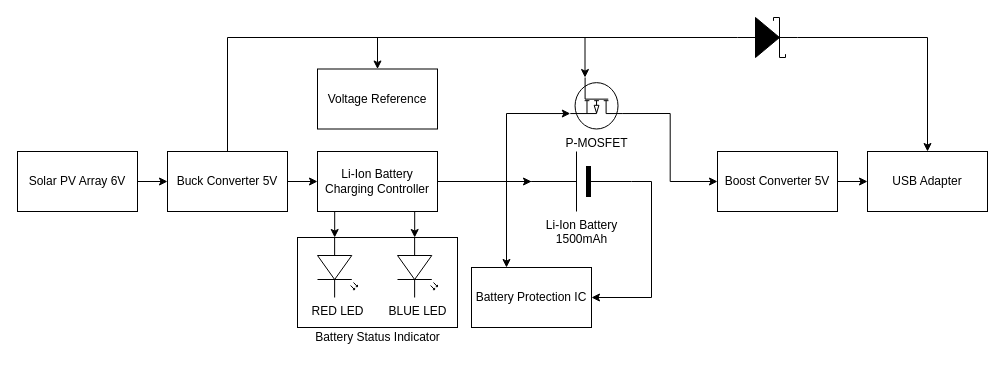
Earlier version of the draw.io diagram docs/block_diagram.drawio (jamestansx/solar_battery_charger). Source tidied: cells renumbered, new cells numbered last; positions are measured from the earlier drawing's top-left corner, leaving out a move shared by most shapes. Both pictures are drawn from the tidied source at 100%, with x=0, y=0 at pixel (17, 17).
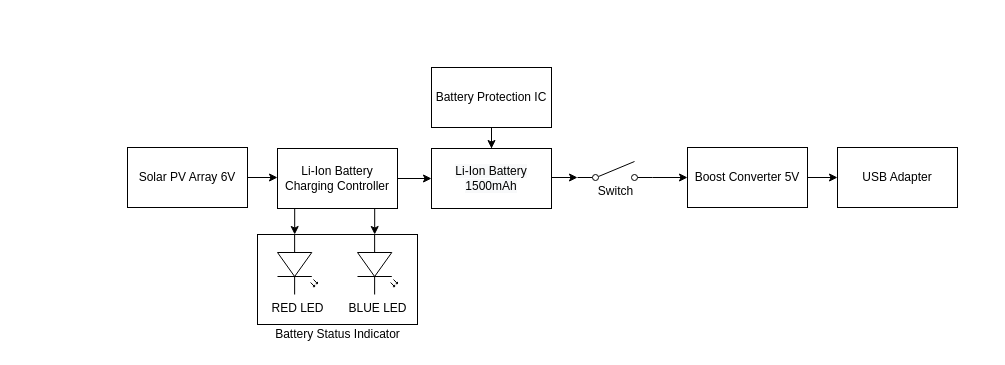
Above is the later version.

Commit message:
Update Block diagram

Change to the diagram source:
```diff
@@
     <mxCell id="2" style="rounded=0;whiteSpace=wrap;html=1;" parent="1" vertex="1">
-      <mxGeometry x="280" y="220" width="160" height="90" as="geometry" />
+      <mxGeometry x="240" y="217" width="160" height="90" as="geometry" />
     </mxCell>
-    <mxCell id="3" style="edgeStyle=orthogonalEdgeStyle;rounded=0;jettySize=auto;html=1;exitX=1;exitY=0.5;exitDx=0;exitDy=0;" parent="1" edge="1" source="6" target="8">
-      <mxGeometry relative="1" as="geometry" />
+    <mxCell id="3" style="edgeStyle=orthogonalEdgeStyle;rounded=0;jettySize=auto;html=1;exitX=1;exitY=0.5;exitDx=0;exitDy=0;" parent="1" edge="1" source="6">
+      <mxGeometry relative="1" as="geometry">
+        <mxPoint x="260" y="160" as="targetPoint" />
+      </mxGeometry>
     </mxCell>
-    <mxCell id="4" style="edgeStyle=orthogonalEdgeStyle;rounded=0;jettySize=auto;html=1;entryX=0;entryY=0.72;entryDx=0;entryDy=0;entryPerimeter=0;exitX=0.5;exitY=0;exitDx=0;exitDy=0;" parent="1" edge="1" source="8" target="14">
-      <mxGeometry relative="1" as="geometry">
-        <Array as="points">
-          <mxPoint x="210" y="20" />
-          <mxPoint x="568" y="20" />
-        </Array>
-      </mxGeometry>
-    </mxCell>
-    <mxCell id="5" style="edgeStyle=orthogonalEdgeStyle;rounded=0;jettySize=auto;html=1;exitX=0;exitY=0.5;exitDx=0;exitDy=0;entryX=0.5;entryY=0;entryDx=0;entryDy=0;exitPerimeter=0;" parent="1" edge="1" source="27" target="25">
-      <mxGeometry relative="1" as="geometry">
-        <Array as="points">
-          <mxPoint x="360" y="20" />
-        </Array>
-      </mxGeometry>
-    </mxCell>
     <mxCell id="6" value="Solar PV Array 6V" style="rounded=0;whiteSpace=wrap;html=1;" parent="1" vertex="1">
-      <mxGeometry y="134" width="120" height="60" as="geometry" />
+      <mxGeometry x="110" y="130" width="120" height="60" as="geometry" />
     </mxCell>
-    <mxCell id="7" style="edgeStyle=orthogonalEdgeStyle;rounded=0;jettySize=auto;html=1;exitX=1;exitY=0.5;exitDx=0;exitDy=0;entryX=0;entryY=0.5;entryDx=0;entryDy=0;" parent="1" edge="1" source="8" target="12">
-      <mxGeometry relative="1" as="geometry" />
-    </mxCell>
-    <mxCell id="8" value="Buck Converter 5V" style="rounded=0;whiteSpace=wrap;html=1;" parent="1" vertex="1">
-      <mxGeometry x="150" y="134" width="120" height="60" as="geometry" />
-    </mxCell>
@@
-    <mxCell id="11" style="edgeStyle=orthogonalEdgeStyle;rounded=0;jettySize=auto;html=1;exitX=1;exitY=0.5;exitDx=0;exitDy=0;entryX=1;entryY=0.5;entryDx=0;entryDy=0;entryPerimeter=0;" parent="1" edge="1" source="12" target="19">
+    <mxCell id="11" style="edgeStyle=orthogonalEdgeStyle;rounded=0;jettySize=auto;html=1;entryX=0;entryY=0.5;entryDx=0;entryDy=0;" parent="1" edge="1" source="12" target="19">
       <mxGeometry relative="1" as="geometry" />
     </mxCell>
     <mxCell id="12" value="Li-Ion Battery Charging Controller" style="rounded=0;whiteSpace=wrap;html=1;" parent="1" vertex="1">
-      <mxGeometry x="300" y="134" width="120" height="60" as="geometry" />
+      <mxGeometry x="260" y="131" width="120" height="60" as="geometry" />
     </mxCell>
-    <mxCell id="13" style="edgeStyle=orthogonalEdgeStyle;rounded=0;jettySize=auto;html=1;exitX=0.7;exitY=0;exitDx=0;exitDy=0;exitPerimeter=0;entryX=0;entryY=0.5;entryDx=0;entryDy=0;" parent="1" edge="1" source="14" target="21">
-      <mxGeometry relative="1" as="geometry" />
-    </mxCell>
-    <mxCell id="14" value="P-MOSFET" style="verticalLabelPosition=bottom;shadow=0;dashed=0;align=center;html=1;verticalAlign=top;shape=mxgraph.electrical.mosfets1.mosfet_ic_p;direction=south;" parent="1" vertex="1">
-      <mxGeometry x="552.8" y="60" width="52.5" height="51.5" as="geometry" />
-    </mxCell>
+    <mxCell id="29" style="edgeStyle=orthogonalEdgeStyle;rounded=0;jettySize=auto;html=1;entryX=0.5;entryY=0;entryDx=0;entryDy=0;" parent="1" edge="1" source="15" target="19">
+      <mxGeometry relative="1" as="geometry" />
+    </mxCell>
     <mxCell id="15" value="Battery Protection IC" style="rounded=0;whiteSpace=wrap;html=1;" parent="1" vertex="1">
-      <mxGeometry x="454" y="250" width="120" height="60" as="geometry" />
+      <mxGeometry x="414" y="50" width="120" height="60" as="geometry" />
     </mxCell>
-    <mxCell id="16" style="edgeStyle=orthogonalEdgeStyle;rounded=0;jettySize=auto;html=1;exitX=1;exitY=0.5;exitDx=0;exitDy=0;exitPerimeter=0;entryX=0.7;entryY=1;entryDx=0;entryDy=0;entryPerimeter=0;" parent="1" edge="1" source="19" target="14">
-      <mxGeometry relative="1" as="geometry">
-        <Array as="points">
-          <mxPoint x="489" y="164" />
-          <mxPoint x="489" y="96" />
-        </Array>
-      </mxGeometry>
-    </mxCell>
-    <mxCell id="17" style="edgeStyle=orthogonalEdgeStyle;rounded=0;jettySize=auto;html=1;exitX=1;exitY=0.5;exitDx=0;exitDy=0;exitPerimeter=0;" parent="1" edge="1" source="19" target="15">
-      <mxGeometry relative="1" as="geometry">
-        <Array as="points">
-          <mxPoint x="489" y="164" />
-        </Array>
-      </mxGeometry>
-    </mxCell>
-    <mxCell id="18" style="edgeStyle=orthogonalEdgeStyle;rounded=0;jettySize=auto;html=1;exitX=0;exitY=0.5;exitDx=0;exitDy=0;exitPerimeter=0;entryX=1;entryY=0.5;entryDx=0;entryDy=0;" parent="1" edge="1" source="19" target="15">
-      <mxGeometry relative="1" as="geometry" />
-    </mxCell>
-    <mxCell id="19" value="Li-Ion Battery&lt;br&gt;1500mAh" style="verticalLabelPosition=bottom;shadow=0;dashed=0;align=center;fillColor=#000000;html=1;verticalAlign=top;strokeWidth=1;shape=mxgraph.electrical.miscellaneous.monocell_battery;direction=west;" parent="1" vertex="1">
-      <mxGeometry x="514" y="134" width="100" height="60" as="geometry" />
-    </mxCell>
@@
     <mxCell id="21" value="Boost Converter 5V" style="rounded=0;whiteSpace=wrap;html=1;" parent="1" vertex="1">
-      <mxGeometry x="700" y="134" width="120" height="60" as="geometry" />
+      <mxGeometry x="670" y="130" width="120" height="60" as="geometry" />
     </mxCell>
     <mxCell id="22" value="USB Adapter" style="rounded=0;whiteSpace=wrap;html=1;" parent="1" vertex="1">
-      <mxGeometry x="850" y="134" width="120" height="60" as="geometry" />
+      <mxGeometry x="820" y="130" width="120" height="60" as="geometry" />
     </mxCell>
     <mxCell id="23" value="RED LED" style="verticalLabelPosition=bottom;shadow=0;dashed=0;align=center;html=1;verticalAlign=top;shape=mxgraph.electrical.opto_electronics.led_2;direction=south;" parent="1" vertex="1">
-      <mxGeometry x="300" y="220" width="40" height="60" as="geometry" />
+      <mxGeometry x="260" y="217" width="40" height="60" as="geometry" />
     </mxCell>
     <mxCell id="24" value="BLUE LED" style="verticalLabelPosition=bottom;shadow=0;dashed=0;align=center;html=1;verticalAlign=top;shape=mxgraph.electrical.opto_electronics.led_2;direction=south;" parent="1" vertex="1">
-      <mxGeometry x="380" y="220" width="40" height="60" as="geometry" />
+      <mxGeometry x="340" y="217" width="40" height="60" as="geometry" />
     </mxCell>
-    <mxCell id="25" value="Voltage Reference" style="rounded=0;whiteSpace=wrap;html=1;" parent="1" vertex="1">
-      <mxGeometry x="300" y="51.5" width="120" height="60" as="geometry" />
-    </mxCell>
-    <mxCell id="26" style="edgeStyle=orthogonalEdgeStyle;rounded=0;jettySize=auto;html=1;exitX=1;exitY=0.5;exitDx=0;exitDy=0;exitPerimeter=0;" parent="1" edge="1" source="27" target="22">
-      <mxGeometry relative="1" as="geometry" />
-    </mxCell>
-    <mxCell id="27" style="fillColor=strokeColor;verticalLabelPosition=bottom;shadow=0;dashed=0;align=center;html=1;verticalAlign=top;shape=mxgraph.electrical.diodes.schottky_diode;" parent="1" vertex="1">
-      <mxGeometry x="720" width="60" height="40" as="geometry" />
-    </mxCell>
     <mxCell id="28" value="Battery Status Indicator" style="text;html=1;align=center;verticalAlign=middle;strokeColor=none;fillColor=none;" parent="1" vertex="1">
-      <mxGeometry x="290" y="310" width="140" height="20" as="geometry" />
+      <mxGeometry x="250" y="307" width="140" height="20" as="geometry" />
     </mxCell>
+    <mxCell id="30" style="edgeStyle=orthogonalEdgeStyle;rounded=0;jettySize=auto;html=1;exitX=1;exitY=0.8;exitDx=0;exitDy=0;entryX=0;entryY=0.5;entryDx=0;entryDy=0;" parent="1" edge="1" source="31" target="21">
+      <mxGeometry relative="1" as="geometry" />
+    </mxCell>
+    <mxCell id="31" style="shape=mxgraph.electrical.electro-mechanical.singleSwitch;elSwitchState=off;" parent="1" vertex="1">
+      <mxGeometry x="560" y="144" width="75" height="20" as="geometry" />
+    </mxCell>
+    <mxCell id="32" style="edgeStyle=orthogonalEdgeStyle;rounded=0;jettySize=auto;html=1;entryX=0;entryY=0.8;entryDx=0;entryDy=0;" parent="1" edge="1" source="19" target="31">
+      <mxGeometry relative="1" as="geometry">
+        <Array as="points">
+          <mxPoint x="560" y="160" />
+          <mxPoint x="560" y="160" />
+        </Array>
+      </mxGeometry>
+    </mxCell>
+    <mxCell id="19" value="&#10;&#10;&lt;span style=&quot;color: rgb(0, 0, 0); font-family: helvetica; font-size: 12px; font-style: normal; font-weight: 400; letter-spacing: normal; text-align: center; text-indent: 0px; text-transform: none; word-spacing: 0px; background-color: rgb(248, 249, 250); display: inline; float: none;&quot;&gt;Li-Ion Battery&lt;/span&gt;&lt;br style=&quot;color: rgb(0, 0, 0); font-family: helvetica; font-size: 12px; font-style: normal; font-weight: 400; letter-spacing: normal; text-align: center; text-indent: 0px; text-transform: none; word-spacing: 0px; background-color: rgb(248, 249, 250);&quot;&gt;&lt;span style=&quot;color: rgb(0, 0, 0); font-family: helvetica; font-size: 12px; font-style: normal; font-weight: 400; letter-spacing: normal; text-align: center; text-indent: 0px; text-transform: none; word-spacing: 0px; background-color: rgb(248, 249, 250); display: inline; float: none;&quot;&gt;1500mAh&lt;/span&gt;&#10;&#10;" style="rounded=0;whiteSpace=wrap;html=1;" parent="1" vertex="1">
+      <mxGeometry x="414" y="131" width="120" height="60" as="geometry" />
+    </mxCell>
+    <mxCell id="33" value="Switch&lt;br&gt;" style="text;html=1;align=center;verticalAlign=middle;strokeColor=none;fillColor=none;" parent="1" vertex="1">
+      <mxGeometry x="572.5" y="164" width="50" height="20" as="geometry" />
+    </mxCell>
```
